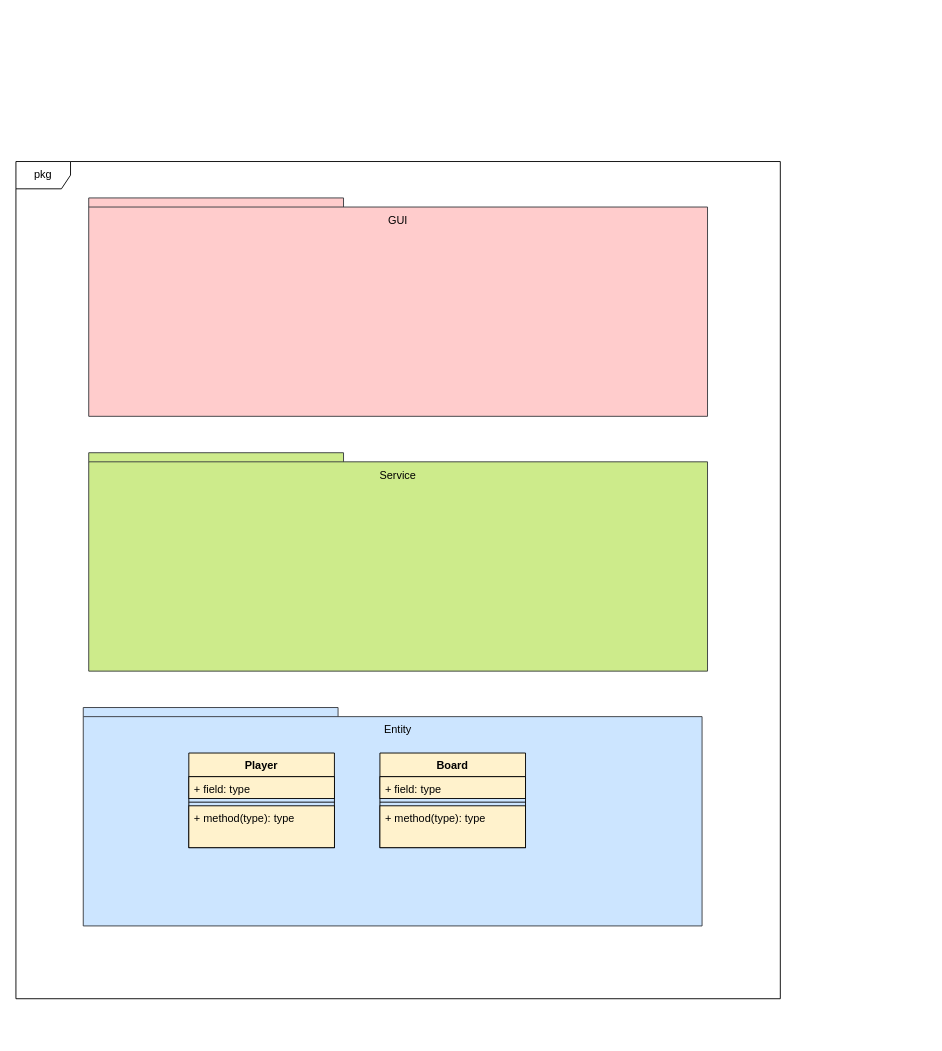
Above: assets/drawIOfiles/class_diagram.drawio in Thopia03/3VerliertGame (draw.io), before the change. Source tidied: cells renumbered, new cells numbered last; positions are measured from the earlier drawing's top-left corner, leaving out a move shared by most shapes. Both pictures are drawn from the tidied source at 91%, with x=0, y=0 at pixel (15, 161).
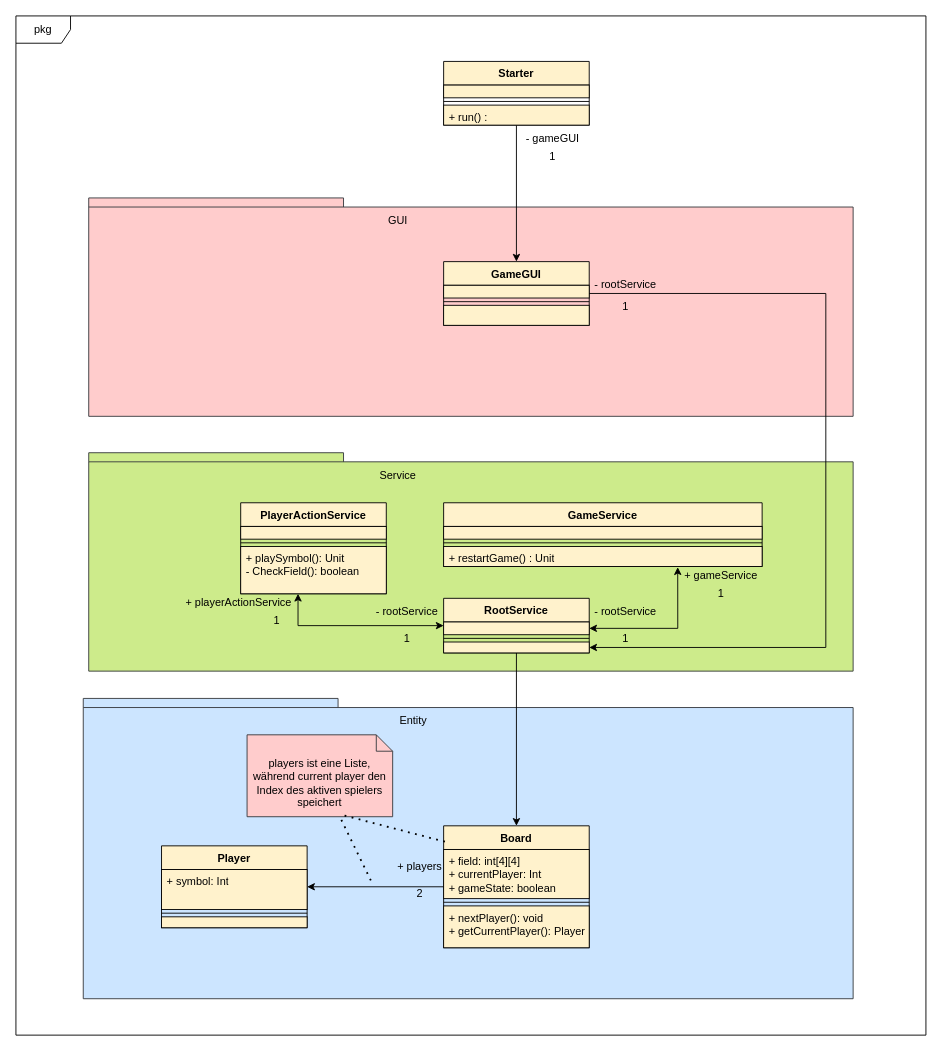
After the change.

The edit, as a diff of the source:
```diff
@@
-<mxGraphModel>
+<mxGraphModel background="#ffffff">
@@
     <mxCell id="2" value="pkg" style="shape=umlFrame;whiteSpace=wrap;html=1;" parent="1" vertex="1">
-      <mxGeometry width="840" height="920" as="geometry" />
+      <mxGeometry y="-160" width="1000" height="1120" as="geometry" />
     </mxCell>
     <mxCell id="3" style="shape=folder;fontStyle=1;spacingTop=10;tabWidth=280;tabHeight=10;tabPosition=left;html=1;whiteSpace=wrap;fillColor=#ffcccc;strokeColor=#36393d;" parent="1" vertex="1">
-      <mxGeometry x="80" y="40" width="680" height="240" as="geometry" />
+      <mxGeometry x="80" y="40" width="840" height="240" as="geometry" />
     </mxCell>
@@
     <mxCell id="5" style="shape=folder;fontStyle=1;spacingTop=10;tabWidth=280;tabHeight=10;tabPosition=left;html=1;whiteSpace=wrap;fillColor=#cdeb8b;strokeColor=#36393d;" parent="1" vertex="1">
-      <mxGeometry x="80" y="320" width="680" height="240" as="geometry" />
+      <mxGeometry x="80" y="320" width="840" height="240" as="geometry" />
     </mxCell>
@@
     <mxCell id="7" style="shape=folder;fontStyle=1;spacingTop=10;tabWidth=280;tabHeight=10;tabPosition=left;html=1;whiteSpace=wrap;fillColor=#cce5ff;strokeColor=#36393d;" parent="1" vertex="1">
-      <mxGeometry x="74" y="600" width="680" height="240" as="geometry" />
+      <mxGeometry x="74" y="590" width="846" height="330" as="geometry" />
     </mxCell>
     <mxCell id="8" value="&lt;font style=&quot;color: rgb(0, 0, 0);&quot;&gt;Entity&lt;/font&gt;" style="text;html=1;whiteSpace=wrap;align=center;verticalAlign=middle;rounded=0;" parent="1" vertex="1">
-      <mxGeometry x="390" y="610" width="60" height="30" as="geometry" />
+      <mxGeometry x="407" y="600" width="60" height="30" as="geometry" />
     </mxCell>
     <mxCell id="9" value="&lt;font style=&quot;color: rgb(0, 0, 0);&quot;&gt;Board&lt;/font&gt;" style="swimlane;fontStyle=1;align=center;verticalAlign=top;horizontal=1;startSize=26;whiteSpace=wrap;html=1;fillColor=#FFF2CC;strokeColor=#000000;" parent="1" vertex="1">
-      <mxGeometry x="400" y="650" width="160" height="104" as="geometry" />
+      <mxGeometry x="470" y="730" width="160" height="134" as="geometry" />
     </mxCell>
-    <mxCell id="10" value="&lt;font style=&quot;color: rgb(0, 0, 0);&quot;&gt;+ field: type&lt;/font&gt;" style="text;strokeColor=#000000;fillColor=#FFF2CC;align=left;verticalAlign=top;spacingLeft=4;spacingRight=4;overflow=hidden;whiteSpace=wrap;html=1;" parent="9" vertex="1">
-      <mxGeometry y="26" width="160" height="24" as="geometry" />
+    <mxCell id="10" value="&lt;div&gt;&lt;font style=&quot;color: rgb(0, 0, 0);&quot;&gt;+ field: int[4][4]&lt;/font&gt;&lt;/div&gt;&lt;div&gt;&lt;font style=&quot;color: rgb(0, 0, 0);&quot;&gt;+ currentPlayer: Int&lt;/font&gt;&lt;/div&gt;&lt;div&gt;&lt;font style=&quot;color: rgb(0, 0, 0);&quot;&gt;+ gameState: boolean&lt;/font&gt;&lt;/div&gt;" style="text;strokeColor=#000000;fillColor=#FFF2CC;align=left;verticalAlign=top;spacingLeft=4;spacingRight=4;overflow=hidden;whiteSpace=wrap;html=1;" parent="9" vertex="1">
+      <mxGeometry y="26" width="160" height="54" as="geometry" />
     </mxCell>
     <mxCell id="11" style="line;strokeWidth=1;fillColor=none;align=left;verticalAlign=middle;spacingTop=-1;spacingLeft=3;spacingRight=3;labelPosition=right;strokeColor=inherit;" parent="9" vertex="1">
-      <mxGeometry y="50" width="160" height="8" as="geometry" />
+      <mxGeometry y="80" width="160" height="8" as="geometry" />
     </mxCell>
-    <mxCell id="12" value="&lt;font style=&quot;color: rgb(0, 0, 0);&quot;&gt;+ method(type): type&lt;/font&gt;" style="text;strokeColor=#000000;fillColor=#FFF2CC;align=left;verticalAlign=top;spacingLeft=4;spacingRight=4;overflow=hidden;whiteSpace=wrap;html=1;" parent="9" vertex="1">
-      <mxGeometry y="58" width="160" height="46" as="geometry" />
+    <mxCell id="12" value="&lt;font style=&quot;color: rgb(0, 0, 0);&quot;&gt;+ nextPlayer(): void&lt;/font&gt;&lt;div&gt;&lt;font style=&quot;color: rgb(0, 0, 0);&quot;&gt;+ getCurrentPlayer(): Player&lt;/font&gt;&lt;/div&gt;" style="text;strokeColor=#000000;fillColor=#FFF2CC;align=left;verticalAlign=top;spacingLeft=4;spacingRight=4;overflow=hidden;whiteSpace=wrap;html=1;" parent="9" vertex="1">
+      <mxGeometry y="88" width="160" height="46" as="geometry" />
     </mxCell>
+    <mxCell id="17" style="edgeStyle=orthogonalEdgeStyle;rounded=0;jettySize=auto;html=1;entryX=0;entryY=0.5;entryDx=0;entryDy=0;strokeColor=#000000;startArrow=classic;startFill=1;endArrow=none;endFill=0;" parent="1" edge="1" source="13" target="9">
+      <mxGeometry relative="1" as="geometry" />
+    </mxCell>
     <mxCell id="13" value="&lt;font style=&quot;color: rgb(0, 0, 0);&quot;&gt;Player&lt;/font&gt;" style="swimlane;fontStyle=1;align=center;verticalAlign=top;horizontal=1;startSize=26;whiteSpace=wrap;html=1;fillColor=#FFF2CC;strokeColor=#000000;" parent="1" vertex="1">
-      <mxGeometry x="190" y="650" width="160" height="104" as="geometry" />
+      <mxGeometry x="160" y="752" width="160" height="90" as="geometry" />
     </mxCell>
-    <mxCell id="14" value="&lt;font style=&quot;color: rgb(0, 0, 0);&quot;&gt;+ field: type&lt;/font&gt;" style="text;strokeColor=#000000;fillColor=#FFF2CC;align=left;verticalAlign=top;spacingLeft=4;spacingRight=4;overflow=hidden;whiteSpace=wrap;html=1;" parent="13" vertex="1">
-      <mxGeometry y="26" width="160" height="24" as="geometry" />
+    <mxCell id="14" value="&lt;font style=&quot;color: rgb(0, 0, 0);&quot;&gt;+ symbol: Int&lt;/font&gt;" style="text;strokeColor=#000000;fillColor=#FFF2CC;align=left;verticalAlign=top;spacingLeft=4;spacingRight=4;overflow=hidden;whiteSpace=wrap;html=1;" parent="13" vertex="1">
+      <mxGeometry y="26" width="160" height="44" as="geometry" />
     </mxCell>
     <mxCell id="15" style="line;strokeWidth=1;fillColor=none;align=left;verticalAlign=middle;spacingTop=-1;spacingLeft=3;spacingRight=3;labelPosition=right;strokeColor=inherit;" parent="13" vertex="1">
-      <mxGeometry y="50" width="160" height="8" as="geometry" />
+      <mxGeometry y="70" width="160" height="8" as="geometry" />
     </mxCell>
-    <mxCell id="16" value="&lt;font style=&quot;color: rgb(0, 0, 0);&quot;&gt;+ method(type): type&lt;/font&gt;" style="text;strokeColor=#000000;fillColor=#FFF2CC;align=left;verticalAlign=top;spacingLeft=4;spacingRight=4;overflow=hidden;whiteSpace=wrap;html=1;" parent="13" vertex="1">
-      <mxGeometry y="58" width="160" height="46" as="geometry" />
+    <mxCell id="16" style="text;strokeColor=#000000;fillColor=#FFF2CC;align=left;verticalAlign=top;spacingLeft=4;spacingRight=4;overflow=hidden;whiteSpace=wrap;html=1;" parent="13" vertex="1">
+      <mxGeometry y="78" width="160" height="12" as="geometry" />
     </mxCell>
+    <mxCell id="18" style="edgeStyle=orthogonalEdgeStyle;rounded=0;jettySize=auto;html=1;entryX=0.5;entryY=0;entryDx=0;entryDy=0;strokeColor=#000000;" parent="1" edge="1" source="19" target="9">
+      <mxGeometry relative="1" as="geometry" />
+    </mxCell>
+    <mxCell id="19" value="&lt;font style=&quot;color: rgb(0, 0, 0);&quot;&gt;RootService&lt;/font&gt;" style="swimlane;fontStyle=1;align=center;verticalAlign=top;horizontal=1;startSize=26;whiteSpace=wrap;html=1;fillColor=#FFF2CC;strokeColor=#000000;" parent="1" vertex="1">
+      <mxGeometry x="470" y="480" width="160" height="60" as="geometry" />
+    </mxCell>
+    <mxCell id="20" style="text;strokeColor=#000000;fillColor=#FFF2CC;align=left;verticalAlign=top;spacingLeft=4;spacingRight=4;overflow=hidden;points=[[0,0.5],[1,0.5]];portConstraint=eastwest;whiteSpace=wrap;html=1;" parent="19" vertex="1">
+      <mxGeometry y="26" width="160" height="14" as="geometry" />
+    </mxCell>
+    <mxCell id="21" style="line;strokeWidth=1;fillColor=none;align=left;verticalAlign=middle;spacingTop=-1;spacingLeft=3;spacingRight=3;labelPosition=right;strokeColor=inherit;" parent="19" vertex="1">
+      <mxGeometry y="40" width="160" height="8" as="geometry" />
+    </mxCell>
+    <mxCell id="22" style="text;strokeColor=#000000;fillColor=#FFF2CC;align=left;verticalAlign=top;spacingLeft=4;spacingRight=4;overflow=hidden;points=[[0,0.5],[1,0.5]];portConstraint=eastwest;whiteSpace=wrap;html=1;" parent="19" vertex="1">
+      <mxGeometry y="48" width="160" height="12" as="geometry" />
+    </mxCell>
+    <mxCell id="23" value="&lt;font style=&quot;color: rgb(0, 0, 0);&quot;&gt;PlayerActionService&lt;/font&gt;" style="swimlane;fontStyle=1;align=center;verticalAlign=top;horizontal=1;startSize=26;whiteSpace=wrap;html=1;fillColor=#FFF2CC;strokeColor=#000000;" parent="1" vertex="1">
+      <mxGeometry x="247" y="375" width="160" height="100" as="geometry" />
+    </mxCell>
+    <mxCell id="24" value="&lt;div&gt;&lt;br&gt;&lt;/div&gt;" style="text;strokeColor=#000000;fillColor=#FFF2CC;align=left;verticalAlign=top;spacingLeft=4;spacingRight=4;overflow=hidden;whiteSpace=wrap;html=1;" parent="23" vertex="1">
+      <mxGeometry y="26" width="160" height="14" as="geometry" />
+    </mxCell>
+    <mxCell id="25" style="line;strokeWidth=1;fillColor=none;align=left;verticalAlign=middle;spacingTop=-1;spacingLeft=3;spacingRight=3;labelPosition=right;strokeColor=inherit;" parent="23" vertex="1">
+      <mxGeometry y="40" width="160" height="8" as="geometry" />
+    </mxCell>
+    <mxCell id="26" value="&lt;font style=&quot;color: rgb(0, 0, 0);&quot;&gt;+ playSymbol(): Unit&lt;/font&gt;&lt;div&gt;&lt;font style=&quot;color: rgb(0, 0, 0);&quot;&gt;- CheckField(): boolean&lt;/font&gt;&lt;/div&gt;&lt;div&gt;&lt;font style=&quot;color: rgb(0, 0, 0);&quot;&gt;&lt;br&gt;&lt;/font&gt;&lt;/div&gt;" style="text;strokeColor=#000000;fillColor=#FFF2CC;align=left;verticalAlign=top;spacingLeft=4;spacingRight=4;overflow=hidden;points=[[0,0.5],[1,0.5]];portConstraint=eastwest;whiteSpace=wrap;html=1;" parent="23" vertex="1">
+      <mxGeometry y="48" width="160" height="52" as="geometry" />
+    </mxCell>
+    <mxCell id="27" value="&lt;font style=&quot;color: rgb(0, 0, 0);&quot;&gt;GameService&lt;/font&gt;" style="swimlane;fontStyle=1;align=center;verticalAlign=top;horizontal=1;startSize=26;whiteSpace=wrap;html=1;fillColor=#FFF2CC;strokeColor=#000000;" parent="1" vertex="1">
+      <mxGeometry x="470" y="375" width="350" height="70" as="geometry" />
+    </mxCell>
+    <mxCell id="28" style="text;strokeColor=#000000;fillColor=#FFF2CC;align=left;verticalAlign=top;spacingLeft=4;spacingRight=4;overflow=hidden;whiteSpace=wrap;html=1;" parent="27" vertex="1">
+      <mxGeometry y="26" width="350" height="14" as="geometry" />
+    </mxCell>
+    <mxCell id="29" style="line;strokeWidth=1;fillColor=none;align=left;verticalAlign=middle;spacingTop=-1;spacingLeft=3;spacingRight=3;labelPosition=right;strokeColor=inherit;" parent="27" vertex="1">
+      <mxGeometry y="40" width="350" height="8" as="geometry" />
+    </mxCell>
+    <mxCell id="30" value="&lt;span style=&quot;color: rgb(0, 0, 0);&quot;&gt;+ restartGame() : Unit&lt;/span&gt;" style="text;strokeColor=#000000;fillColor=#FFF2CC;align=left;verticalAlign=top;spacingLeft=4;spacingRight=4;overflow=hidden;points=[[0,0.5],[1,0.5]];portConstraint=eastwest;whiteSpace=wrap;html=1;" parent="27" vertex="1">
+      <mxGeometry y="48" width="350" height="22" as="geometry" />
+    </mxCell>
+    <mxCell id="31" value="&lt;font style=&quot;color: rgb(0, 0, 0);&quot;&gt;players ist eine Liste, während current player den Index des aktiven spielers speichert&lt;/font&gt;" style="shape=note2;boundedLbl=1;whiteSpace=wrap;html=1;size=18;verticalAlign=top;align=center;fillColor=#ffcccc;strokeColor=#36393d;" parent="1" vertex="1">
+      <mxGeometry x="254" y="630" width="160" height="90" as="geometry" />
+    </mxCell>
+    <mxCell id="32" value="&lt;font style=&quot;color: rgb(0, 0, 0);&quot;&gt;+ players&lt;/font&gt;" style="text;html=1;whiteSpace=wrap;strokeColor=none;fillColor=none;align=center;verticalAlign=middle;rounded=0;" parent="1" vertex="1">
+      <mxGeometry x="414" y="760" width="60" height="30" as="geometry" />
+    </mxCell>
+    <mxCell id="33" value="&lt;font style=&quot;color: rgb(0, 0, 0);&quot;&gt;2&lt;/font&gt;" style="text;html=1;whiteSpace=wrap;strokeColor=none;fillColor=none;align=center;verticalAlign=middle;rounded=0;" parent="1" vertex="1">
+      <mxGeometry x="414" y="790" width="60" height="30" as="geometry" />
+    </mxCell>
+    <mxCell id="34" style="endArrow=none;dashed=1;html=1;dashPattern=1 3;strokeWidth=2;rounded=0;strokeColor=#000000;" parent="1" edge="1" target="31">
+      <mxGeometry relative="1" as="geometry">
+        <mxPoint x="390" y="790" as="sourcePoint" />
+      </mxGeometry>
+    </mxCell>
+    <mxCell id="35" style="endArrow=none;dashed=1;html=1;dashPattern=1 3;strokeWidth=2;rounded=0;strokeColor=#000000;entryX=0.651;entryY=0.977;entryDx=0;entryDy=0;entryPerimeter=0;exitX=0.009;exitY=0.13;exitDx=0;exitDy=0;exitPerimeter=0;" parent="1" edge="1" source="9" target="31">
+      <mxGeometry relative="1" as="geometry" />
+    </mxCell>
+    <mxCell id="36" value="&lt;font style=&quot;color: rgb(0, 0, 0);&quot;&gt;GameGUI&lt;/font&gt;" style="swimlane;fontStyle=1;align=center;verticalAlign=top;horizontal=1;startSize=26;whiteSpace=wrap;html=1;fillColor=#FFF2CC;strokeColor=#000000;" parent="1" vertex="1">
+      <mxGeometry x="470" y="110" width="160" height="70" as="geometry" />
+    </mxCell>
+    <mxCell id="37" value="&lt;div&gt;&lt;br&gt;&lt;/div&gt;" style="text;strokeColor=#000000;fillColor=#FFF2CC;align=left;verticalAlign=top;spacingLeft=4;spacingRight=4;overflow=hidden;whiteSpace=wrap;html=1;" parent="36" vertex="1">
+      <mxGeometry y="26" width="160" height="14" as="geometry" />
+    </mxCell>
+    <mxCell id="38" style="line;strokeWidth=1;fillColor=none;align=left;verticalAlign=middle;spacingTop=-1;spacingLeft=3;spacingRight=3;labelPosition=right;strokeColor=inherit;" parent="36" vertex="1">
+      <mxGeometry y="40" width="160" height="8" as="geometry" />
+    </mxCell>
+    <mxCell id="39" value="&lt;div&gt;&lt;font style=&quot;color: rgb(0, 0, 0);&quot;&gt;&lt;br&gt;&lt;/font&gt;&lt;/div&gt;" style="text;strokeColor=#000000;fillColor=#FFF2CC;align=left;verticalAlign=top;spacingLeft=4;spacingRight=4;overflow=hidden;whiteSpace=wrap;html=1;" parent="36" vertex="1">
+      <mxGeometry y="48" width="160" height="22" as="geometry" />
+    </mxCell>
+    <mxCell id="40" style="edgeStyle=orthogonalEdgeStyle;rounded=0;jettySize=auto;html=1;entryX=0.5;entryY=0;entryDx=0;entryDy=0;strokeColor=#000000;" parent="1" edge="1" source="41" target="36">
+      <mxGeometry relative="1" as="geometry" />
+    </mxCell>
+    <mxCell id="41" value="&lt;font style=&quot;color: rgb(0, 0, 0);&quot;&gt;Starter&lt;/font&gt;" style="swimlane;fontStyle=1;align=center;verticalAlign=top;horizontal=1;startSize=26;whiteSpace=wrap;html=1;fillColor=#FFF2CC;strokeColor=#000000;" parent="1" vertex="1">
+      <mxGeometry x="470" y="-110" width="160" height="70" as="geometry" />
+    </mxCell>
+    <mxCell id="42" value="&lt;div&gt;&lt;br&gt;&lt;/div&gt;" style="text;strokeColor=#000000;fillColor=#FFF2CC;align=left;verticalAlign=top;spacingLeft=4;spacingRight=4;overflow=hidden;whiteSpace=wrap;html=1;" parent="41" vertex="1">
+      <mxGeometry y="26" width="160" height="14" as="geometry" />
+    </mxCell>
+    <mxCell id="43" style="line;strokeWidth=1;fillColor=none;align=left;verticalAlign=middle;spacingTop=-1;spacingLeft=3;spacingRight=3;labelPosition=right;strokeColor=inherit;" parent="41" vertex="1">
+      <mxGeometry y="40" width="160" height="8" as="geometry" />
+    </mxCell>
+    <mxCell id="44" value="&lt;font style=&quot;color: rgb(0, 0, 0);&quot;&gt;+ run() :&amp;nbsp;&lt;/font&gt;" style="text;strokeColor=#000000;fillColor=#FFF2CC;align=left;verticalAlign=top;spacingLeft=4;spacingRight=4;overflow=hidden;whiteSpace=wrap;html=1;" parent="41" vertex="1">
+      <mxGeometry y="48" width="160" height="22" as="geometry" />
+    </mxCell>
+    <mxCell id="45" style="edgeStyle=orthogonalEdgeStyle;rounded=0;jettySize=auto;html=1;entryX=0;entryY=0.5;entryDx=0;entryDy=0;strokeColor=#000000;startArrow=classic;startFill=1;" parent="1" edge="1" source="26" target="19">
+      <mxGeometry relative="1" as="geometry">
+        <Array as="points">
+          <mxPoint x="310" y="510" />
+        </Array>
+      </mxGeometry>
+    </mxCell>
+    <mxCell id="46" style="edgeStyle=orthogonalEdgeStyle;rounded=0;jettySize=auto;html=1;entryX=0.735;entryY=1.038;entryDx=0;entryDy=0;entryPerimeter=0;strokeColor=#000000;startArrow=classic;startFill=1;" parent="1" edge="1" source="20" target="30">
+      <mxGeometry relative="1" as="geometry" />
+    </mxCell>
+    <mxCell id="47" style="edgeStyle=orthogonalEdgeStyle;rounded=0;jettySize=auto;html=1;entryX=1;entryY=0.5;entryDx=0;entryDy=0;strokeColor=#000000;" parent="1" edge="1" source="36" target="22">
+      <mxGeometry relative="1" as="geometry">
+        <Array as="points">
+          <mxPoint x="890" y="145" />
+          <mxPoint x="890" y="534" />
+        </Array>
+      </mxGeometry>
+    </mxCell>
+    <mxCell id="48" value="&lt;font style=&quot;color: rgb(0, 0, 0);&quot;&gt;- &lt;font style=&quot;color: rgb(0, 0, 0);&quot;&gt;rootService&lt;/font&gt;&lt;/font&gt;" style="text;html=1;whiteSpace=wrap;strokeColor=none;fillColor=none;align=center;verticalAlign=middle;rounded=0;" parent="1" vertex="1">
+      <mxGeometry x="630" y="120" width="80" height="30" as="geometry" />
+    </mxCell>
+    <mxCell id="49" value="&lt;font color=&quot;#000000&quot;&gt;1&lt;/font&gt;" style="text;html=1;whiteSpace=wrap;strokeColor=none;fillColor=none;align=center;verticalAlign=middle;rounded=0;" parent="1" vertex="1">
+      <mxGeometry x="630" y="145" width="80" height="30" as="geometry" />
+    </mxCell>
+    <mxCell id="50" value="&lt;font color=&quot;#000000&quot;&gt;- gameGUI&lt;/font&gt;" style="text;html=1;whiteSpace=wrap;strokeColor=none;fillColor=none;align=center;verticalAlign=middle;rounded=0;" parent="1" vertex="1">
+      <mxGeometry x="550" y="-40" width="80" height="30" as="geometry" />
+    </mxCell>
+    <mxCell id="51" value="&lt;font color=&quot;#000000&quot;&gt;1&lt;/font&gt;" style="text;html=1;whiteSpace=wrap;strokeColor=none;fillColor=none;align=center;verticalAlign=middle;rounded=0;" parent="1" vertex="1">
+      <mxGeometry x="550" y="-20" width="80" height="30" as="geometry" />
+    </mxCell>
+    <mxCell id="52" value="&lt;font style=&quot;color: rgb(0, 0, 0);&quot;&gt;- &lt;font style=&quot;color: rgb(0, 0, 0);&quot;&gt;rootService&lt;/font&gt;&lt;/font&gt;" style="text;html=1;whiteSpace=wrap;strokeColor=none;fillColor=none;align=center;verticalAlign=middle;rounded=0;" parent="1" vertex="1">
+      <mxGeometry x="390" y="480" width="80" height="30" as="geometry" />
+    </mxCell>
+    <mxCell id="53" value="&lt;font style=&quot;color: rgb(0, 0, 0);&quot;&gt;- &lt;font style=&quot;color: rgb(0, 0, 0);&quot;&gt;rootService&lt;/font&gt;&lt;/font&gt;" style="text;html=1;whiteSpace=wrap;strokeColor=none;fillColor=none;align=center;verticalAlign=middle;rounded=0;" parent="1" vertex="1">
+      <mxGeometry x="630" y="480" width="80" height="30" as="geometry" />
+    </mxCell>
+    <mxCell id="54" value="&lt;font color=&quot;#000000&quot;&gt;1&lt;/font&gt;" style="text;html=1;whiteSpace=wrap;strokeColor=none;fillColor=none;align=center;verticalAlign=middle;rounded=0;" parent="1" vertex="1">
+      <mxGeometry x="390" y="510" width="80" height="30" as="geometry" />
+    </mxCell>
+    <mxCell id="55" value="&lt;font color=&quot;#000000&quot;&gt;1&lt;/font&gt;" style="text;html=1;whiteSpace=wrap;strokeColor=none;fillColor=none;align=center;verticalAlign=middle;rounded=0;" parent="1" vertex="1">
+      <mxGeometry x="630" y="510" width="80" height="30" as="geometry" />
+    </mxCell>
+    <mxCell id="56" value="&lt;font color=&quot;#000000&quot;&gt;+ playerActionService&lt;/font&gt;" style="text;html=1;whiteSpace=wrap;strokeColor=none;fillColor=none;align=center;verticalAlign=middle;rounded=0;" parent="1" vertex="1">
+      <mxGeometry x="180" y="470" width="130" height="30" as="geometry" />
+    </mxCell>
+    <mxCell id="57" value="&lt;font color=&quot;#000000&quot;&gt;1&lt;/font&gt;" style="text;html=1;whiteSpace=wrap;strokeColor=none;fillColor=none;align=center;verticalAlign=middle;rounded=0;" parent="1" vertex="1">
+      <mxGeometry x="247" y="490" width="80" height="30" as="geometry" />
+    </mxCell>
+    <mxCell id="58" value="&lt;font color=&quot;#000000&quot;&gt;+ gameService&lt;/font&gt;" style="text;html=1;whiteSpace=wrap;strokeColor=none;fillColor=none;align=center;verticalAlign=middle;rounded=0;" parent="1" vertex="1">
+      <mxGeometry x="710" y="440" width="130" height="30" as="geometry" />
+    </mxCell>
+    <mxCell id="59" value="&lt;font color=&quot;#000000&quot;&gt;1&lt;/font&gt;" style="text;html=1;whiteSpace=wrap;strokeColor=none;fillColor=none;align=center;verticalAlign=middle;rounded=0;" parent="1" vertex="1">
+      <mxGeometry x="735" y="460" width="80" height="30" as="geometry" />
+    </mxCell>
```
